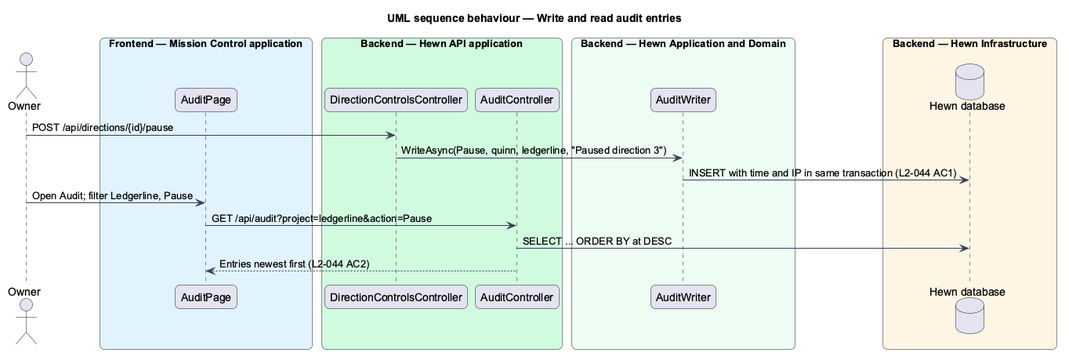
The PlantUML diagram docs/detailed-designs/governance/audit-log/diagrams/sequence-write-and-read.png in QuinntyneBrown/hewn, before a commit.
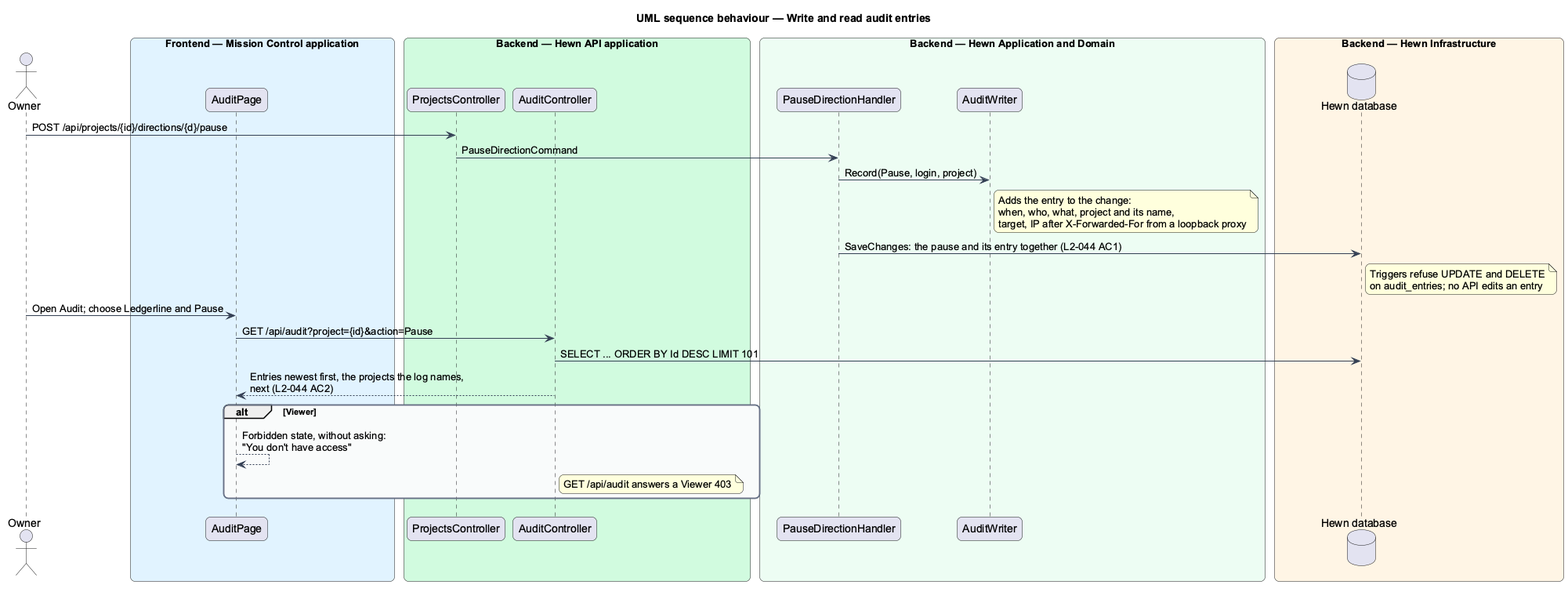
The same diagram one commit later.

The edit, as a diff of the source:
```diff
@@ -20,20 +20,28 @@
   participant "AuditPage" as page
 end box
 box "Backend — Hewn API application" #D1FADF
-  participant "DirectionControlsController" as dc
+  participant "ProjectsController" as dc
   participant "AuditController" as ctrl
 end box
 box "Backend — Hewn Application and Domain" #ECFDF3
+  participant "PauseDirectionHandler" as pause
   participant "AuditWriter" as writer
 end box
 box "Backend — Hewn Infrastructure" #FFF4E5
   database "Hewn database" as db
 end box
-owner -> dc : POST /api/directions/{id}/pause
-dc -> writer : WriteAsync(Pause, quinn, ledgerline, "Paused direction 3")
-writer -> db : INSERT with time and IP in same transaction (L2-044 AC1)
-owner -> page : Open Audit; filter Ledgerline, Pause
-page -> ctrl : GET /api/audit?project=ledgerline&action=Pause
-ctrl -> db : SELECT ... ORDER BY at DESC
-ctrl --> page : Entries newest first (L2-044 AC2)
+owner -> dc : POST /api/projects/{id}/directions/{d}/pause
+dc -> pause : PauseDirectionCommand
+pause -> writer : Record(Pause, login, project)
+note right of writer : Adds the entry to the change:\nwhen, who, what, project and its name,\ntarget, IP after X-Forwarded-For from a loopback proxy
+pause -> db : SaveChanges: the pause and its entry together (L2-044 AC1)
+note right of db : Triggers refuse UPDATE and DELETE\non audit_entries; no API edits an entry
+owner -> page : Open Audit; choose Ledgerline and Pause
+page -> ctrl : GET /api/audit?project={id}&action=Pause
+ctrl -> db : SELECT ... ORDER BY Id DESC LIMIT 101
+ctrl --> page : Entries newest first, the projects the log names,\nnext (L2-044 AC2)
+alt Viewer
+  page --> page : Forbidden state, without asking:\n"You don't have access"
+  note right of ctrl : GET /api/audit answers a Viewer 403
+end
 @enduml
```
